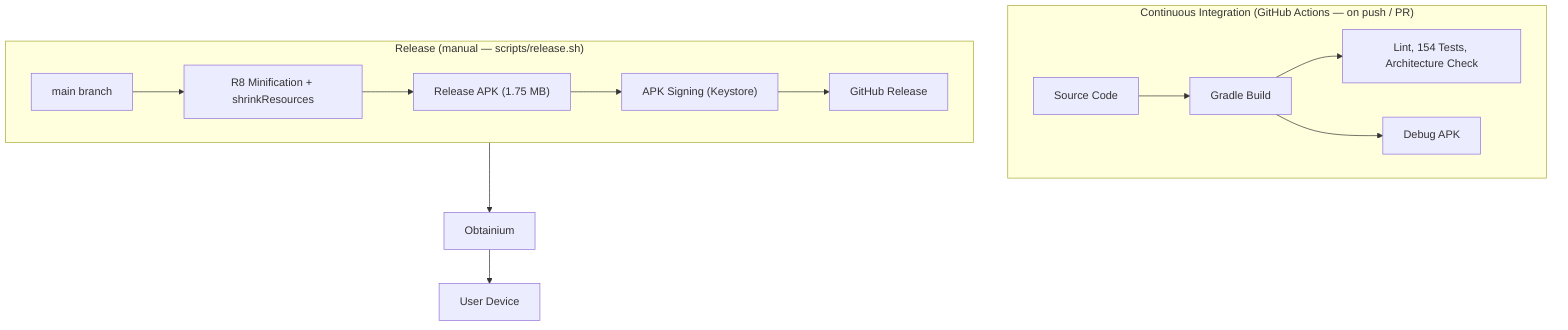
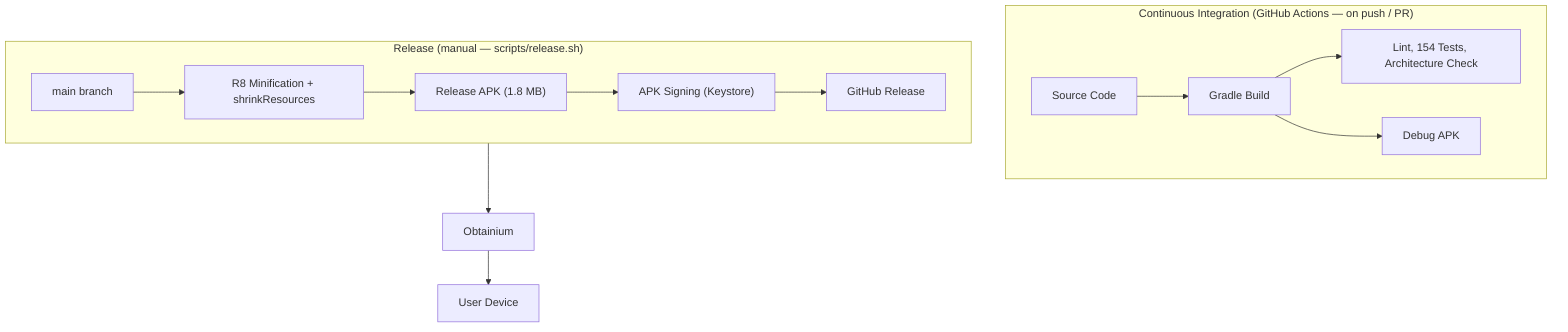
flowchart TB
    subgraph CI["Continuous Integration (GitHub Actions — on push / PR)"]
        direction LR
        SOURCE["Source Code"] --> BUILD["Gradle Build"]
        BUILD --> LINT["Lint, 154 Tests, Architecture Check"]
        BUILD --> DEBUG["Debug APK"]
    end

    subgraph RELEASE["Release (manual — scripts/release.sh)"]
        direction LR
        MAIN["main branch"] --> R8["R8 Minification + shrinkResources"]
-         R8 --> APK["Release APK (1.75 MB)"]
+         R8 --> APK["Release APK (1.8 MB)"]
        APK --> SIGN["APK Signing (Keystore)"]
        SIGN --> GH["GitHub Release"]
    end

    GH --> OBT["Obtainium"]
    OBT --> USER["User Device"]
